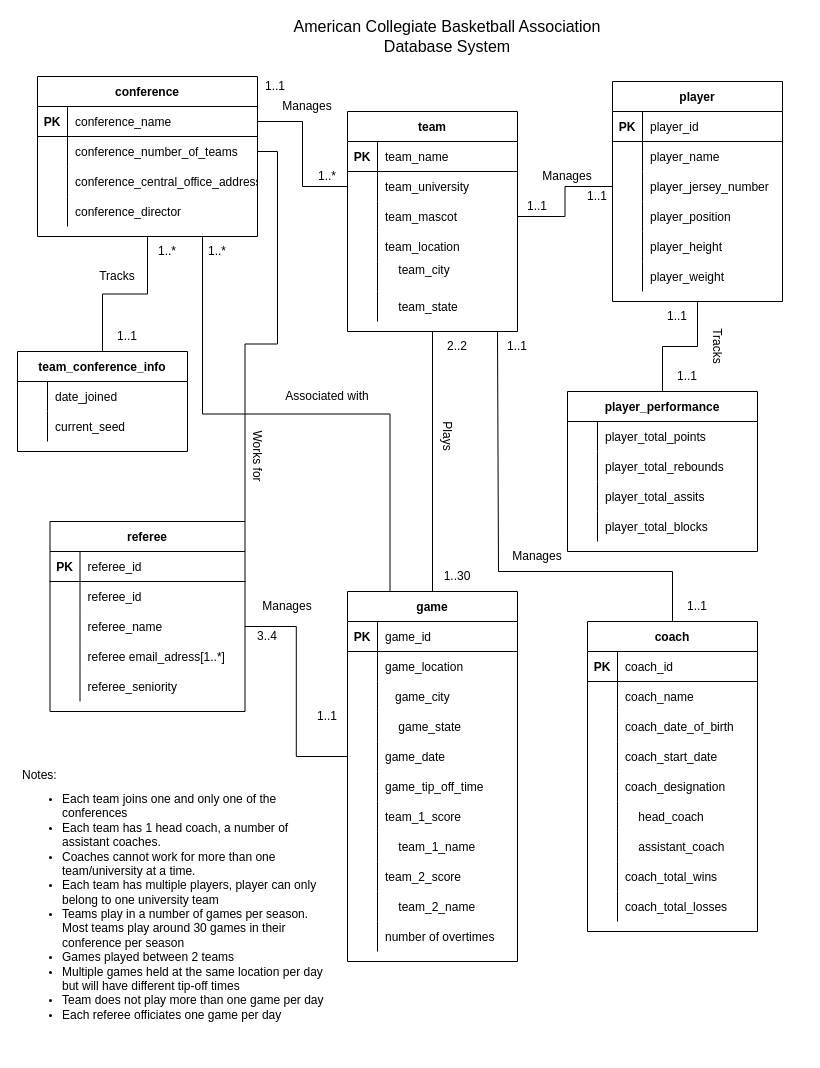
The draw.io diagram page "v1_acbdb" (1 of 2) of ACBADB_ER_model.drawio in LaurenMiller0/LaurenMiller0, before the edit. Source tidied: cells renumbered, new cells numbered last; positions are measured from the earlier drawing's top-left corner, leaving out a move shared by most shapes. Both pictures are drawn from the tidied source at 100%, with x=0, y=0 at pixel (17, 21).
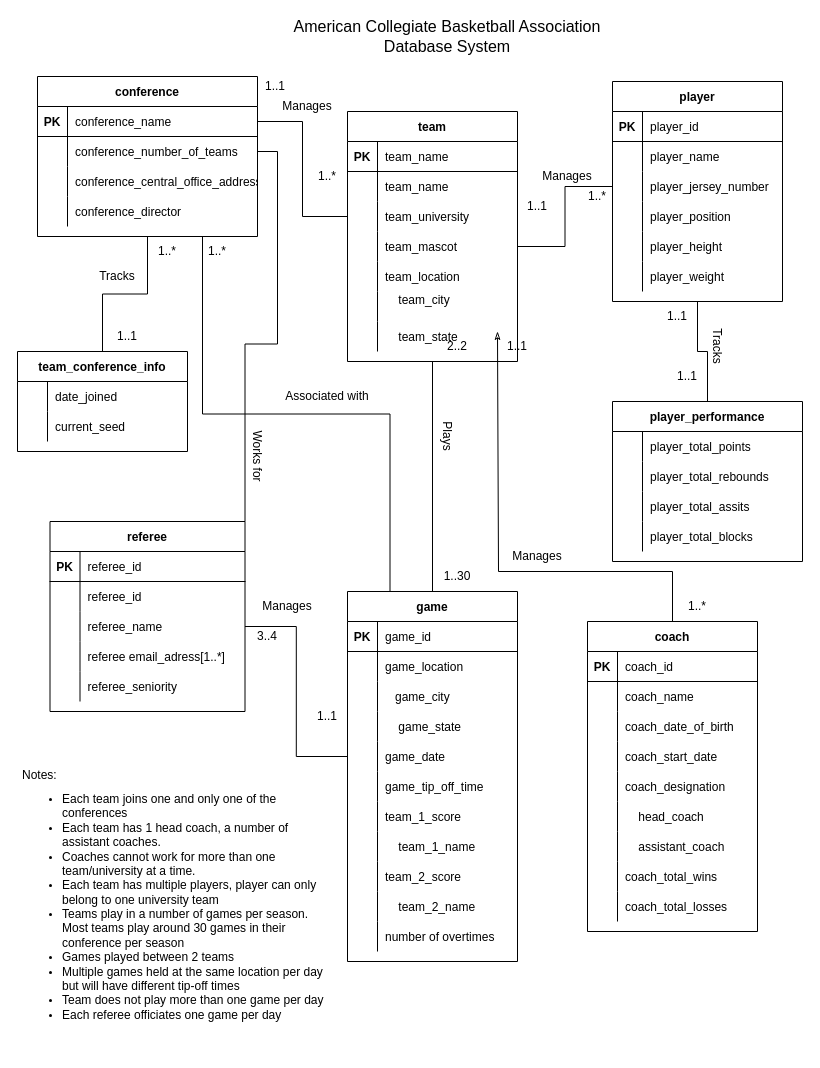
After the change.

Unchanged cells that the change refers to:
```xml
<mxCell id="155" value="coach" style="shape=table;startSize=30;childLayout=tableLayout;rowLines=0;fontStyle=1;align=center;" parent="1" vertex="1">
  <mxGeometry x="570" y="600" width="170" height="310" as="geometry" />
</mxCell>
```

What changed in the source:
```diff
@@
     <mxCell id="3" value="team" style="shape=table;startSize=30;childLayout=tableLayout;rowLines=0;fontStyle=1;align=center;" parent="1" vertex="1">
-      <mxGeometry x="330" y="90" width="170" height="220" as="geometry" />
+      <mxGeometry x="330" y="90" width="170" height="250" as="geometry" />
     </mxCell>
@@
+    <mxCell id="186" style="shape=partialRectangle;fillColor=none;top=0;left=0;right=0;bottom=0;" parent="3" vertex="1">
+      <mxGeometry y="60" width="170" height="30" as="geometry" />
+    </mxCell>
+    <mxCell id="187" style="shape=partialRectangle;overflow=hidden;fillColor=none;top=0;left=0;bottom=0;right=0;" parent="186" vertex="1">
+      <mxGeometry width="30" height="30" as="geometry" />
+    </mxCell>
+    <mxCell id="188" value="team_name" style="shape=partialRectangle;overflow=hidden;fillColor=none;top=0;left=0;bottom=0;right=0;align=left;spacingLeft=6;" parent="186" vertex="1">
+      <mxGeometry x="30" width="140" height="30" as="geometry" />
+    </mxCell>
     <mxCell id="7" style="shape=partialRectangle;fillColor=none;points=[[0,0.5],[1,0.5]];portConstraint=eastwest;top=0;left=0;right=0;bottom=0;" parent="3" vertex="1">
-      <mxGeometry y="60" width="170" height="30" as="geometry" />
+      <mxGeometry y="90" width="170" height="30" as="geometry" />
     </mxCell>
@@
     <mxCell id="10" style="shape=partialRectangle;fillColor=none;points=[[0,0.5],[1,0.5]];portConstraint=eastwest;top=0;left=0;right=0;bottom=0;" parent="3" vertex="1">
-      <mxGeometry y="90" width="170" height="30" as="geometry" />
+      <mxGeometry y="120" width="170" height="30" as="geometry" />
     </mxCell>
@@
     <mxCell id="13" style="shape=partialRectangle;fillColor=none;top=0;left=0;right=0;bottom=0;" parent="3" vertex="1">
-      <mxGeometry y="120" width="170" height="30" as="geometry" />
+      <mxGeometry y="150" width="170" height="30" as="geometry" />
     </mxCell>
@@
     <mxCell id="16" style="shape=partialRectangle;fillColor=none;top=0;left=0;right=0;bottom=0;" parent="3" vertex="1">
-      <mxGeometry y="150" width="170" height="30" as="geometry" />
+      <mxGeometry y="180" width="170" height="30" as="geometry" />
     </mxCell>
@@
     <mxCell id="19" style="shape=partialRectangle;fillColor=none;top=0;left=0;right=0;bottom=0;" parent="3" vertex="1">
-      <mxGeometry y="180" width="170" height="30" as="geometry" />
+      <mxGeometry y="210" width="170" height="30" as="geometry" />
     </mxCell>
@@
     <mxCell id="79" value="player_performance" style="shape=table;startSize=30;childLayout=tableLayout;rowLines=0;fontStyle=1;align=center;" parent="1" vertex="1">
-      <mxGeometry x="550" y="370" width="190" height="160" as="geometry" />
+      <mxGeometry x="595" y="380" width="190" height="160" as="geometry" />
     </mxCell>
@@
-    <mxCell id="145" value="1..1" style="text;html=1;strokeColor=none;fillColor=none;align=center;verticalAlign=middle;whiteSpace=wrap;rounded=0;" parent="1" vertex="1">
+    <mxCell id="145" value="1..*" style="text;html=1;strokeColor=none;fillColor=none;align=center;verticalAlign=middle;whiteSpace=wrap;rounded=0;" parent="1" vertex="1">
       <mxGeometry x="550" y="160" width="60" height="30" as="geometry" />
     </mxCell>
@@
-    <mxCell id="154" style="edgeStyle=orthogonalEdgeStyle;rounded=0;jettySize=auto;html=1;exitX=0.5;exitY=0;exitDx=0;exitDy=0;endArrow=none;endFill=0;" parent="1" edge="1" source="155">
+    <mxCell id="154" style="edgeStyle=orthogonalEdgeStyle;rounded=0;jettySize=auto;html=1;exitX=0.5;exitY=0;exitDx=0;exitDy=0;endArrow=classicThin;endFill=0;" parent="1" edge="1" source="155">
       <mxGeometry relative="1" as="geometry">
         <mxPoint x="480" y="310" as="targetPoint" />
         <Array as="points">
           <mxPoint x="655" y="550" />
           <mxPoint x="481" y="550" />
         </Array>
       </mxGeometry>
     </mxCell>
@@
-    <mxCell id="184" value="1..1" style="text;html=1;strokeColor=none;fillColor=none;align=center;verticalAlign=middle;whiteSpace=wrap;rounded=0;" parent="1" vertex="1">
+    <mxCell id="184" value="1..*" style="text;html=1;strokeColor=none;fillColor=none;align=center;verticalAlign=middle;whiteSpace=wrap;rounded=0;" parent="1" vertex="1">
       <mxGeometry x="650" y="570" width="60" height="30" as="geometry" />
     </mxCell>
```
